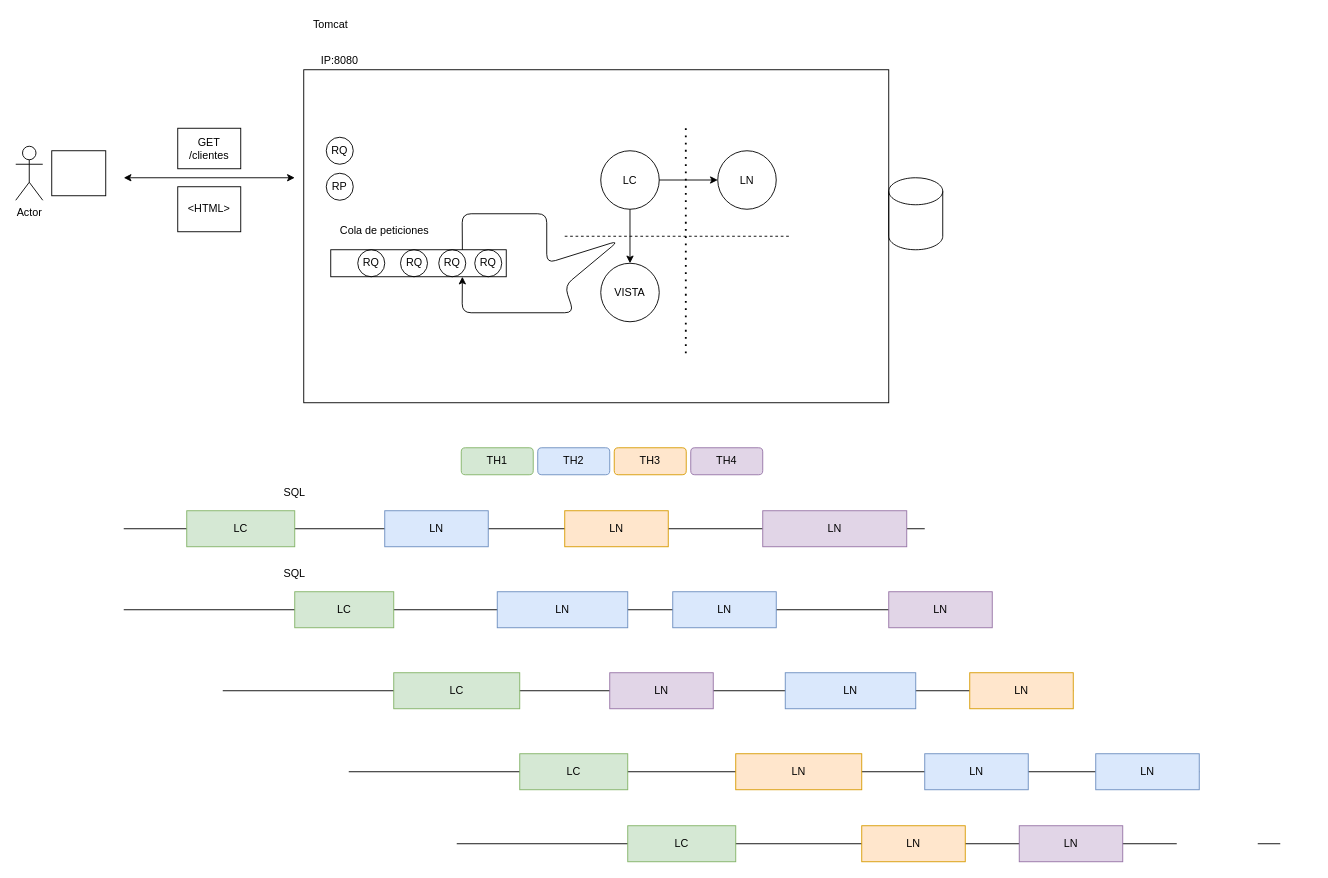
lrag/WebFlux keeps this draw.io diagram as page "Página-2" (2 of 4) of webflux.drawio. Above is the earlier version. Source tidied: cells renumbered, new cells numbered last; positions are measured from the earlier drawing's top-left corner, leaving out a move shared by most shapes. Both pictures are drawn from the tidied source at 90%, with x=0, y=0 at pixel (15, 15).
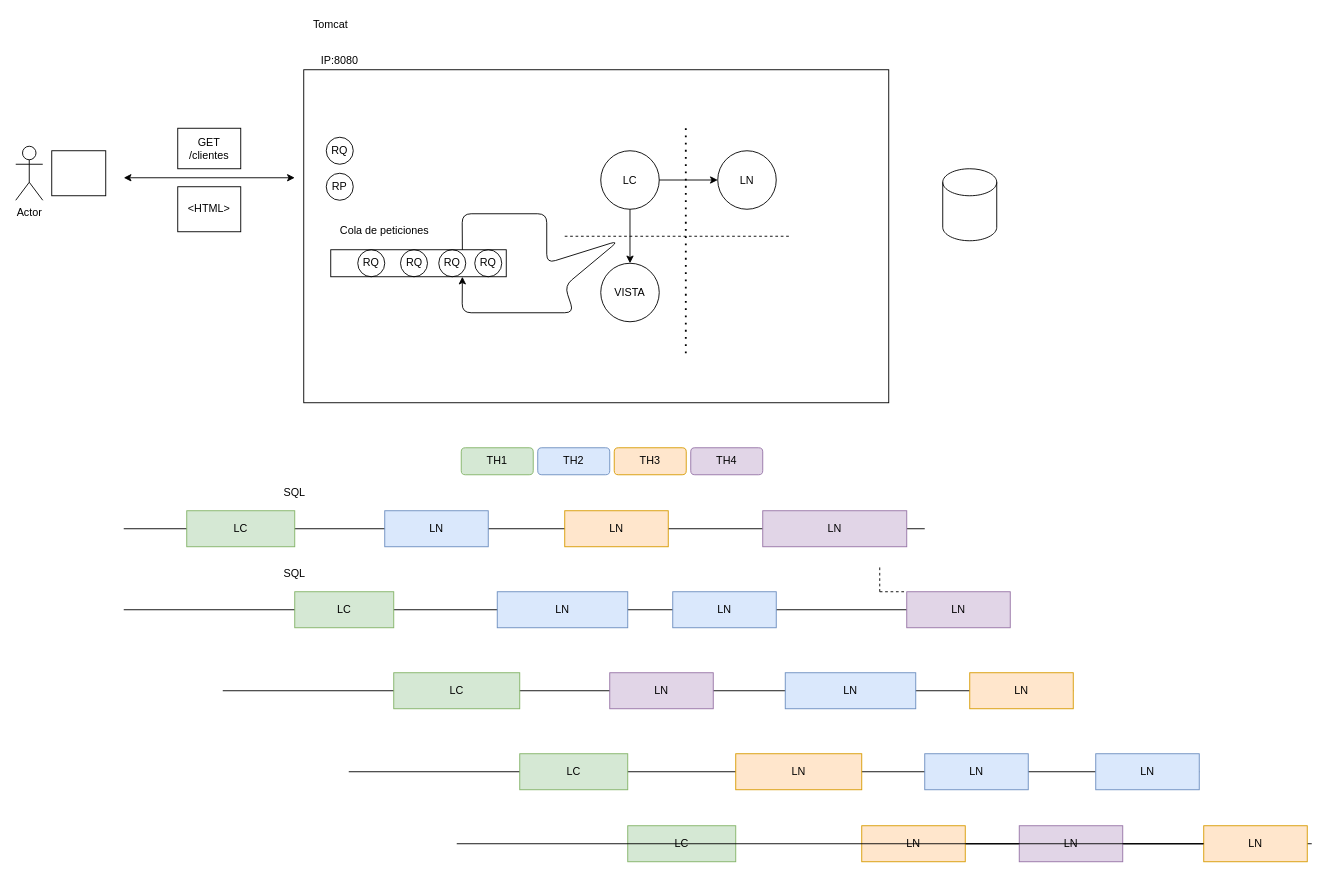
After the change.

What changed in the source:
```diff
@@
     <mxCell id="22" style="shape=cylinder3;whiteSpace=wrap;html=1;boundedLbl=1;backgroundOutline=1;size=15;fillColor=none;" parent="1" vertex="1">
-      <mxGeometry x="970" y="180" width="60" height="80" as="geometry" />
+      <mxGeometry x="1030" y="170" width="60" height="80" as="geometry" />
     </mxCell>
@@
     <mxCell id="41" value="LN" style="rounded=0;whiteSpace=wrap;html=1;fillColor=#e1d5e7;strokeColor=#9673a6;" parent="1" vertex="1">
-      <mxGeometry x="970" y="640" width="115" height="40" as="geometry" />
+      <mxGeometry x="990" y="640" width="115" height="40" as="geometry" />
     </mxCell>
@@
-    <mxCell id="53" style="endArrow=none;html=1;" parent="1" edge="1">
+    <mxCell id="53" style="endArrow=none;html=1;" parent="1" edge="1" source="64">
       <mxGeometry relative="1" as="geometry">
-        <mxPoint x="490" y="920" as="sourcePoint" />
-        <mxPoint x="1290" y="920" as="targetPoint" />
+        <mxPoint x="1440" y="920" as="targetPoint" />
         <Array as="points">
           <mxPoint x="950" y="920" />
         </Array>
       </mxGeometry>
     </mxCell>
-    <mxCell id="54" style="endArrow=none;html=1;" parent="1" edge="1">
-      <mxGeometry relative="1" as="geometry">
-        <mxPoint x="1405" y="920" as="sourcePoint" />
-        <mxPoint x="1380" y="920" as="targetPoint" />
-      </mxGeometry>
-    </mxCell>
@@
+    <mxCell id="62" style="endArrow=none;dashed=1;html=1;strokeColor=#000000;" parent="1" edge="1">
+      <mxGeometry relative="1" as="geometry">
+        <mxPoint x="960" y="640" as="sourcePoint" />
+        <mxPoint x="960" y="610" as="targetPoint" />
+      </mxGeometry>
+    </mxCell>
+    <mxCell id="63" style="endArrow=none;dashed=1;html=1;strokeColor=#000000;entryX=0;entryY=0;entryDx=0;entryDy=0;" parent="1" edge="1" target="41">
+      <mxGeometry relative="1" as="geometry">
+        <mxPoint x="960" y="640" as="sourcePoint" />
+      </mxGeometry>
+    </mxCell>
+    <mxCell id="64" value="LN" style="rounded=0;whiteSpace=wrap;html=1;fillColor=#ffe6cc;strokeColor=#d79b00;" parent="1" vertex="1">
+      <mxGeometry x="1320" y="900" width="115" height="40" as="geometry" />
+    </mxCell>
+    <mxCell id="65" style="endArrow=none;html=1;" parent="1" edge="1" target="64">
+      <mxGeometry relative="1" as="geometry">
+        <mxPoint x="490" y="920" as="sourcePoint" />
+      </mxGeometry>
+    </mxCell>
```
